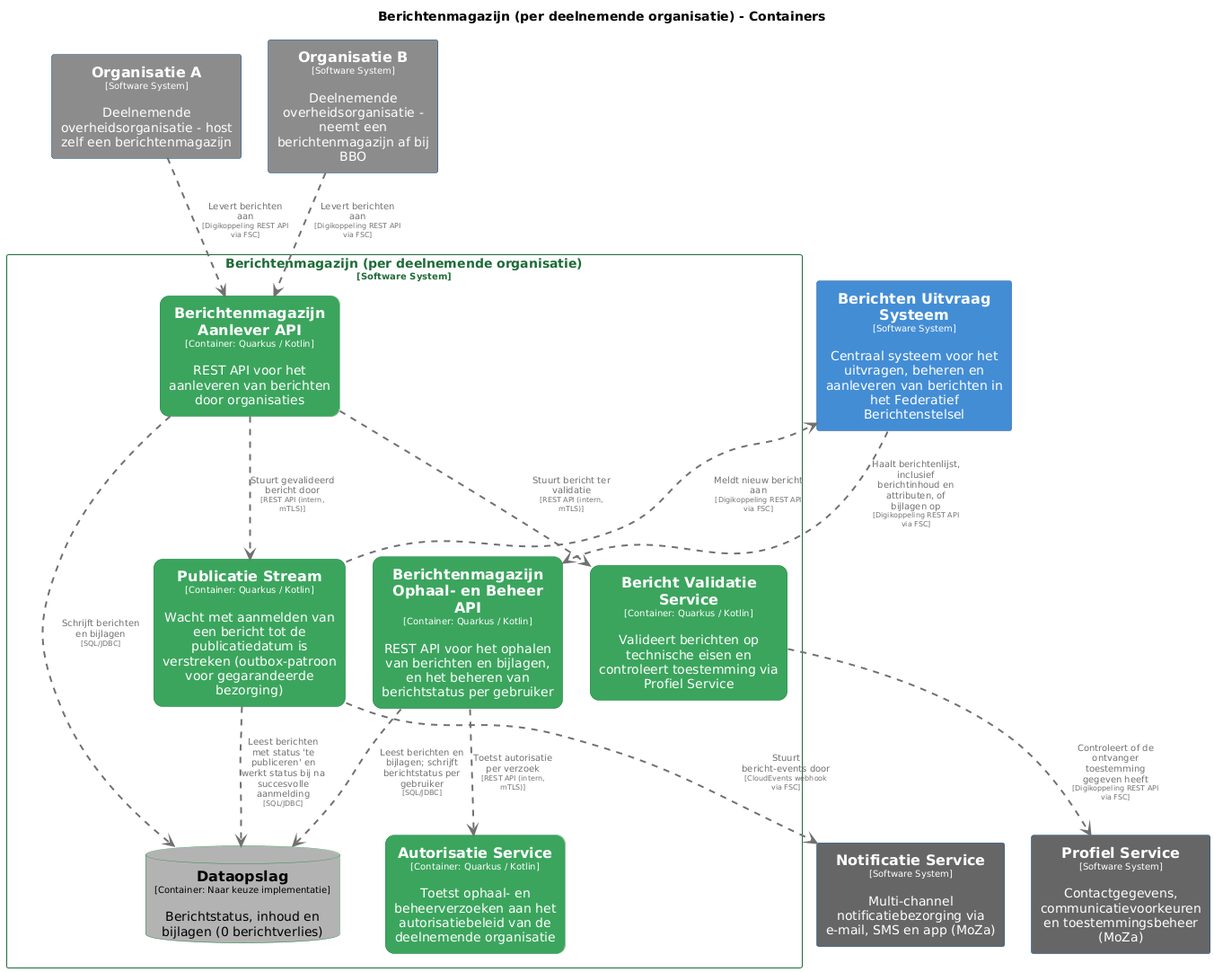
MinBZK/moza-poc-fbs-berichtenbox keeps this PlantUML diagram as pr-preview/pr-29/master/png/BerichtenmagazijnContainers.png. Above is the earlier version.
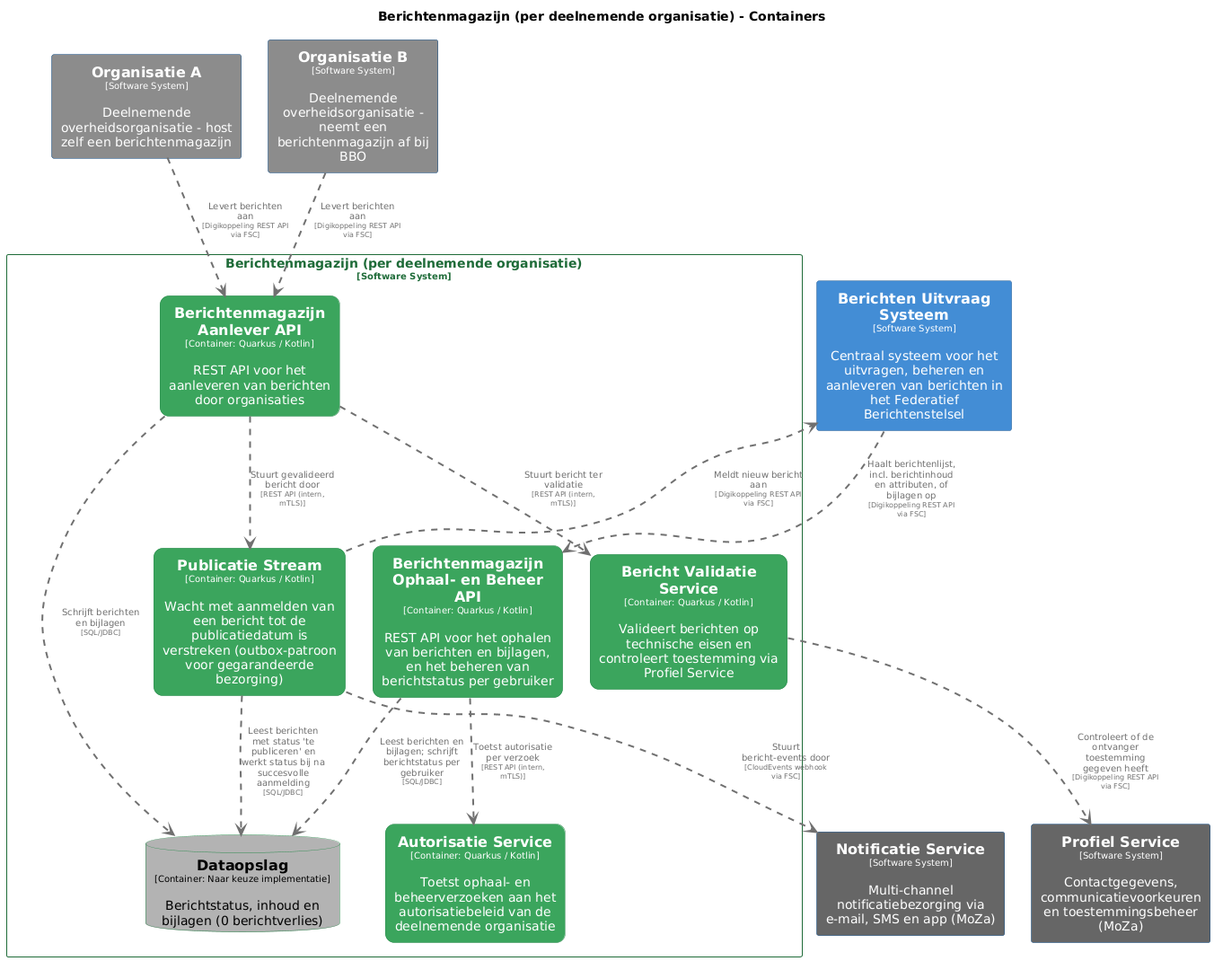
Later version of the same file.

What changed in the source:
```diff
@@ -118,5 +118,5 @@
 Berichtenmagazijnperdeelnemendeorganisatie.BerichtenmagazijnAanleverAPI .[#707070,thickness=2].> Berichtenmagazijnperdeelnemendeorganisatie.PublicatieStream : "<color:#707070>Stuurt gevalideerd bericht door\n<color:#707070><size:8>[REST API (intern, mTLS)]</size>"
 Berichtenmagazijnperdeelnemendeorganisatie.PublicatieStream .[#707070,thickness=2].> Berichtenmagazijnperdeelnemendeorganisatie.Dataopslag : "<color:#707070>Leest berichten met status 'te publiceren' en werkt status bij na succesvolle aanmelding\n<color:#707070><size:8>[SQL/JDBC]</size>"
 Berichtenmagazijnperdeelnemendeorganisatie.BerichtenmagazijnOphaalenBeheerAPI .[#707070,thickness=2].> Berichtenmagazijnperdeelnemendeorganisatie.AutorisatieService : "<color:#707070>Toetst autorisatie per verzoek\n<color:#707070><size:8>[REST API (intern, mTLS)]</size>"
-BerichtenUitvraagSysteem .[#707070,thickness=2].> Berichtenmagazijnperdeelnemendeorganisatie.BerichtenmagazijnOphaalenBeheerAPI : "<color:#707070>Haalt berichtenlijst, inclusief berichtinhoud en attributen, of bijlagen op\n<color:#707070><size:8>[Digikoppeling REST API via FSC]</size>"
+BerichtenUitvraagSysteem .[#707070,thickness=2].> Berichtenmagazijnperdeelnemendeorganisatie.BerichtenmagazijnOphaalenBeheerAPI : "<color:#707070>Haalt berichtenlijst, incl. berichtinhoud en attributen, of bijlagen op\n<color:#707070><size:8>[Digikoppeling REST API via FSC]</size>"
 @enduml
```
